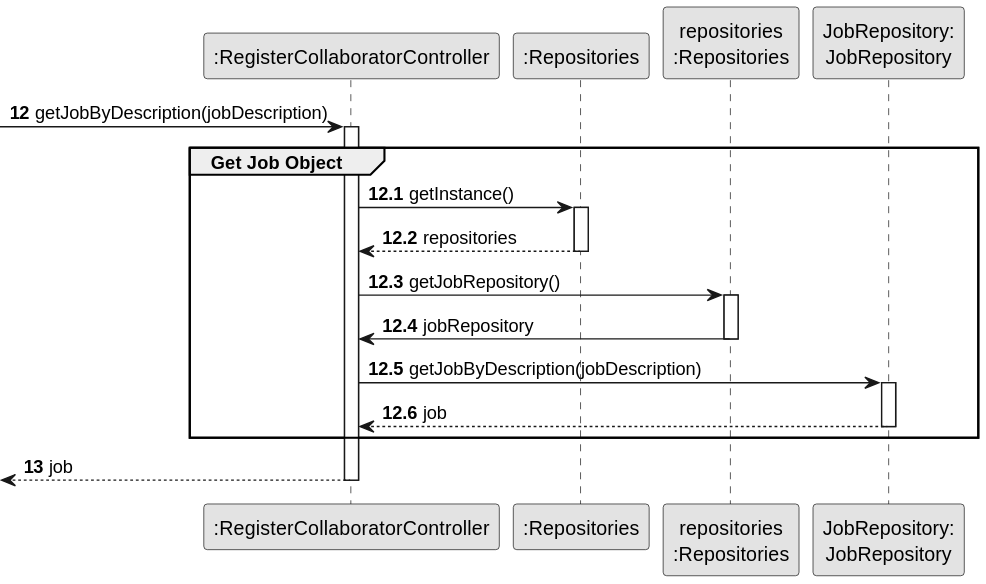
Above: docs/sprintB/us003/03.design/svg/us003-sequence-diagram-partial-get-job-object.svg in Departamento-de-Engenharia-Informatica/lei-24-s2-1dm-g132 (PlantUML), before the change. The source it was exported from:
```plantuml
@startuml
skinparam monochrome true
skinparam packageStyle rectangle
skinparam shadowing false

autonumber 12

participant ":RegisterCollaboratorController" as CTRL
participant ":Repositories" as RepositorySingleton
participant "repositories\n:Repositories" as PLAT
participant "JobRepository:\nJobRepository" as JobRepository


            -> CTRL : getJobByDescription(jobDescription)
            activate CTRL

            autonumber 12.1
            group Get Job Object
                CTRL -> RepositorySingleton : getInstance()
                activate RepositorySingleton

                    RepositorySingleton --> CTRL: repositories
                deactivate RepositorySingleton

                CTRL -> PLAT : getJobRepository()
                activate PLAT

                    PLAT -> CTRL : jobRepository
                deactivate PLAT

                CTRL -> JobRepository : getJobByDescription(jobDescription)
                activate JobRepository

                    JobRepository --> CTRL : job
                deactivate JobRepository

                    end group

                    autonumber 13
                    <-- CTRL : job
            deactivate CTRL
@enduml
```
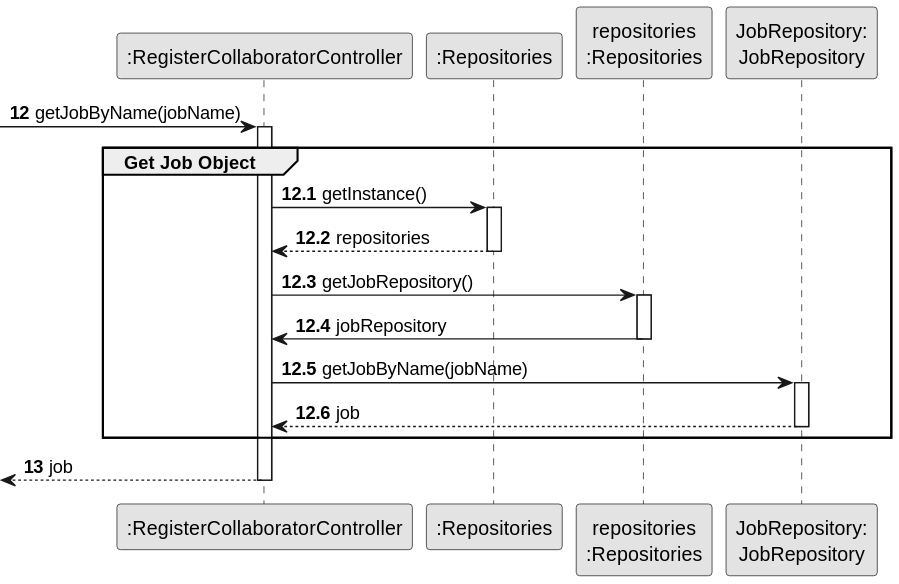
After the commit.

Change to the diagram source:
```diff
@@ -11,7 +11,7 @@
 participant "JobRepository:\nJobRepository" as JobRepository
 
 
-            -> CTRL : getJobByDescription(jobDescription)
+            -> CTRL : getJobByName(jobName)
             activate CTRL
 
             autonumber 12.1
@@ -28,7 +28,7 @@
                     PLAT -> CTRL : jobRepository
                 deactivate PLAT
 
-                CTRL -> JobRepository : getJobByDescription(jobDescription)
+                CTRL -> JobRepository : getJobByName(jobName)
                 activate JobRepository
 
                     JobRepository --> CTRL : job
```
